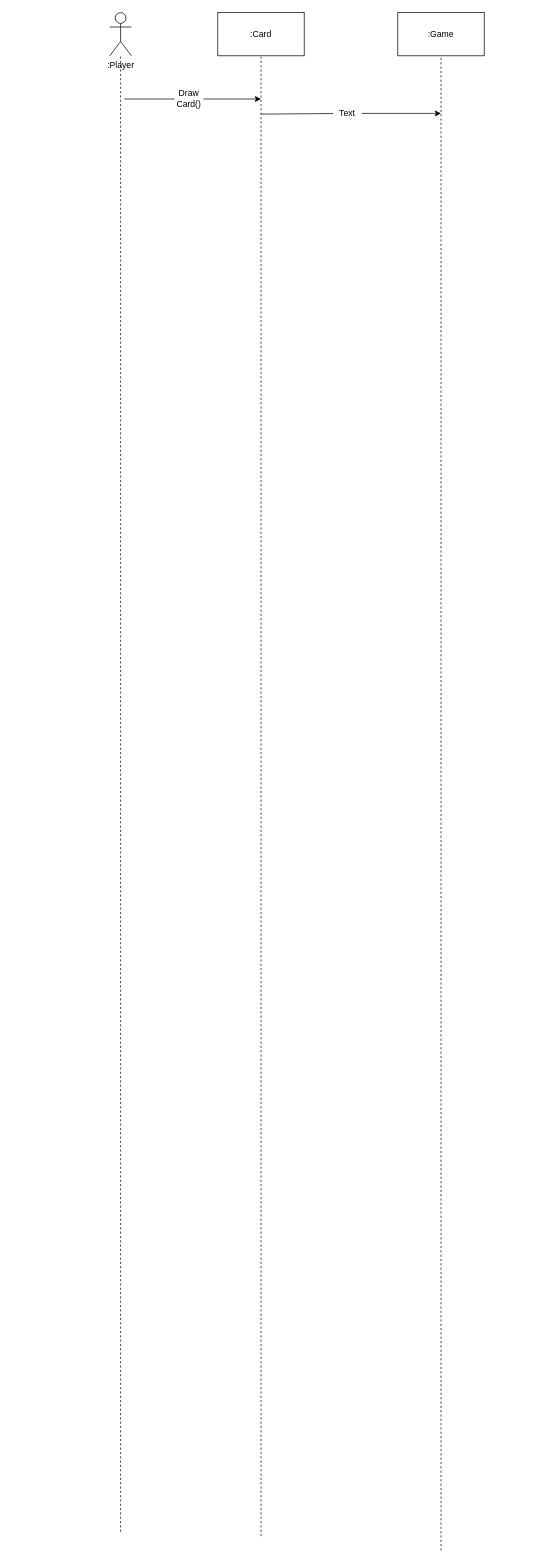
Before: deliveries/uml/Draw Leader Card S. Diag..drawio in egyangel/ing-sw-2021-esas-mauri-madhkour-elsheshtawi, a draw.io diagram. Source tidied: cells renumbered, new cells numbered last; positions are measured from the earlier drawing's top-left corner, leaving out a move shared by most shapes. Both pictures are drawn from the tidied source at 72%, with x=0, y=0 at pixel (109, 12).
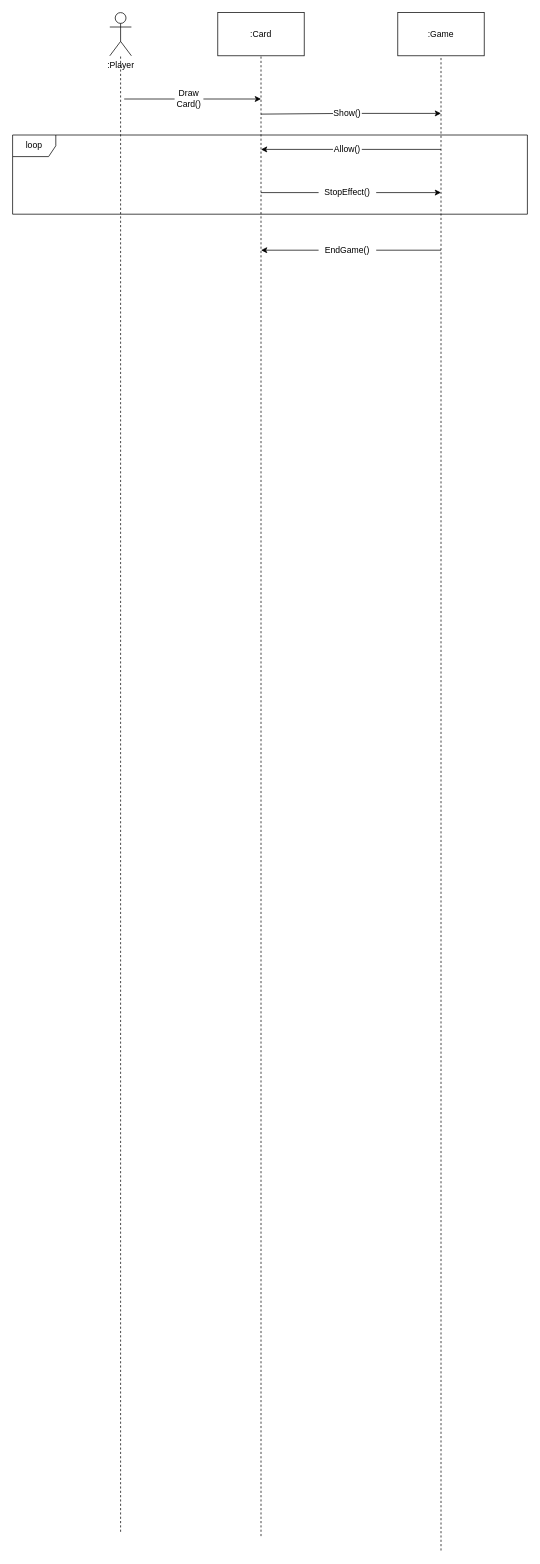
After the change.

What changed in the source:
```diff
@@
+    <mxCell id="16" value="loop" style="shape=umlFrame;whiteSpace=wrap;html=1;" parent="1" vertex="1">
+      <mxGeometry x="-135" y="170" width="715" height="110" as="geometry" />
+    </mxCell>
@@
-    <mxCell id="14" value="Text" style="text;html=1;strokeColor=none;fillColor=none;align=center;verticalAlign=middle;whiteSpace=wrap;rounded=0;" parent="1" vertex="1">
+    <mxCell id="14" value="Show()" style="text;html=1;strokeColor=none;fillColor=none;align=center;verticalAlign=middle;whiteSpace=wrap;rounded=0;" parent="1" vertex="1">
       <mxGeometry x="310" y="130" width="40" height="20" as="geometry" />
     </mxCell>
@@
+    <mxCell id="17" style="endArrow=classic;html=1;startArrow=none;" parent="1" edge="1" source="18">
+      <mxGeometry relative="1" as="geometry">
+        <mxPoint x="210" y="190" as="targetPoint" />
+      </mxGeometry>
+    </mxCell>
+    <mxCell id="18" value="Allow()" style="text;html=1;strokeColor=none;fillColor=none;align=center;verticalAlign=middle;whiteSpace=wrap;rounded=0;" parent="1" vertex="1">
+      <mxGeometry x="310" y="180" width="40" height="20" as="geometry" />
+    </mxCell>
+    <mxCell id="19" style="endArrow=none;html=1;" parent="1" edge="1" target="18">
+      <mxGeometry relative="1" as="geometry">
+        <mxPoint x="460" y="190" as="sourcePoint" />
+      </mxGeometry>
+    </mxCell>
+    <mxCell id="20" style="endArrow=classic;html=1;startArrow=none;" parent="1" edge="1">
+      <mxGeometry relative="1" as="geometry">
+        <mxPoint x="370" y="250" as="sourcePoint" />
+        <mxPoint x="460" y="250" as="targetPoint" />
+      </mxGeometry>
+    </mxCell>
+    <mxCell id="21" value="StopEffect()" style="text;html=1;strokeColor=none;fillColor=none;align=center;verticalAlign=middle;whiteSpace=wrap;rounded=0;" parent="1" vertex="1">
+      <mxGeometry x="310" y="240" width="40" height="20" as="geometry" />
+    </mxCell>
+    <mxCell id="22" style="endArrow=none;html=1;" parent="1" edge="1">
+      <mxGeometry relative="1" as="geometry">
+        <mxPoint x="210" y="250" as="sourcePoint" />
+        <mxPoint x="290" y="250" as="targetPoint" />
+      </mxGeometry>
+    </mxCell>
+    <mxCell id="23" style="endArrow=classic;html=1;startArrow=none;" parent="1" edge="1">
+      <mxGeometry relative="1" as="geometry">
+        <mxPoint x="290" y="330" as="sourcePoint" />
+        <mxPoint x="210" y="330" as="targetPoint" />
+      </mxGeometry>
+    </mxCell>
+    <mxCell id="24" value="EndGame()" style="text;html=1;strokeColor=none;fillColor=none;align=center;verticalAlign=middle;whiteSpace=wrap;rounded=0;" parent="1" vertex="1">
+      <mxGeometry x="310" y="320" width="40" height="20" as="geometry" />
+    </mxCell>
+    <mxCell id="25" style="endArrow=none;html=1;" parent="1" edge="1">
+      <mxGeometry relative="1" as="geometry">
+        <mxPoint x="460" y="330" as="sourcePoint" />
+        <mxPoint x="370" y="330" as="targetPoint" />
+      </mxGeometry>
+    </mxCell>
```
